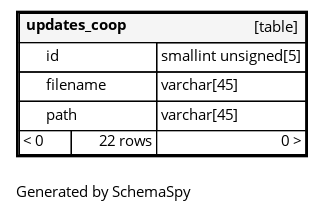
This is diagrams/tables/updates_coop.1degree.png from ta-forever/db, a Graphviz export, as it was before one commit. Its source is kept beside it as diagrams/tables/updates_coop.1degree.dot.
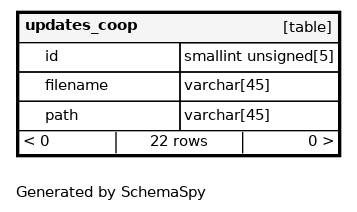
After the commit.

Change to the diagram source:
```diff
@@ -1,13 +1,13 @@
 digraph "oneDegreeRelationshipsDiagram" {
-  graph [    rankdir="RL"    bgcolor="#ffffff"    label="\nGenerated by SchemaSpy"    labeljust="l"    nodesep="0.18"    ranksep="0.46"    fontname="Helvetica"    fontsize="11"    ration="compress"  ];  node [    fontname="Helvetica"    fontsize="11"    shape="plaintext"  ];  edge [    arrowsize="0.8"  ];
+  graph [    rankdir="RL"    bgcolor="#ffffff"    label="\nGenerated by SchemaSpy"    labeljust="l"    nodesep="0.18"    ranksep="0.46"    fontname="Helvetica"    fontsize="11"    packmode="graph"  ];  node [    fontname="Helvetica"    fontsize="11"    shape="plaintext"  ];  edge [    arrowsize="0.8"  ];
   "updates_coop" [
    label=<
     <TABLE BORDER="2" CELLBORDER="1" CELLSPACING="0" BGCOLOR="#ffffff">
-      <TR><TD COLSPAN="4"  BGCOLOR="#f5f5f5"><TABLE BORDER="0" CELLSPACING="0"><TR><TD ALIGN="LEFT" FIXEDSIZE="TRUE" WIDTH="82" HEIGHT="16"><B>updates_coop</B></TD><TD ALIGN="RIGHT">[table]</TD></TR></TABLE></TD></TR>
-      <TR><TD PORT="id" COLSPAN="2" BGCOLOR="#ffffff" ALIGN="LEFT"><TABLE BORDER="0" CELLSPACING="0" ALIGN="LEFT"><TR ALIGN="LEFT"><TD ALIGN="LEFT" FIXEDSIZE="TRUE" WIDTH="15" HEIGHT="16"></TD><TD ALIGN="LEFT" FIXEDSIZE="TRUE" WIDTH="82" HEIGHT="16">id</TD></TR></TABLE></TD><TD PORT="id.type" ALIGN="LEFT">smallint unsigned[5]</TD></TR>
-      <TR><TD PORT="filename" COLSPAN="2" ALIGN="LEFT"><TABLE BORDER="0" CELLSPACING="0" ALIGN="LEFT"><TR ALIGN="LEFT"><TD ALIGN="LEFT" FIXEDSIZE="TRUE" WIDTH="15" HEIGHT="16"></TD><TD ALIGN="LEFT" FIXEDSIZE="TRUE" WIDTH="82" HEIGHT="16">filename</TD></TR></TABLE></TD><TD PORT="filename.type" ALIGN="LEFT">varchar[45]</TD></TR>
-      <TR><TD PORT="path" COLSPAN="2" ALIGN="LEFT"><TABLE BORDER="0" CELLSPACING="0" ALIGN="LEFT"><TR ALIGN="LEFT"><TD ALIGN="LEFT" FIXEDSIZE="TRUE" WIDTH="15" HEIGHT="16"></TD><TD ALIGN="LEFT" FIXEDSIZE="TRUE" WIDTH="82" HEIGHT="16">path</TD></TR></TABLE></TD><TD PORT="path.type" ALIGN="LEFT">varchar[45]</TD></TR>
-      <TR><TD ALIGN="LEFT" BGCOLOR="#ffffff">&lt; 0</TD><TD ALIGN="RIGHT" BGCOLOR="#ffffff">22 rows</TD><TD ALIGN="RIGHT" BGCOLOR="#ffffff">0 &gt;</TD></TR>
+      <TR><TD COLSPAN="4"  BGCOLOR="#f5f5f5"><TABLE BORDER="0" CELLSPACING="0"><TR><TD ALIGN="LEFT" FIXEDSIZE="TRUE" WIDTH="100" HEIGHT="16"><B>updates_coop</B></TD><TD ALIGN="RIGHT">[table]</TD></TR></TABLE></TD></TR>
+      <TR><TD PORT="id" COLSPAN="2" BGCOLOR="#ffffff" ALIGN="LEFT"><TABLE BORDER="0" CELLSPACING="0" ALIGN="LEFT"><TR ALIGN="LEFT"><TD ALIGN="LEFT" FIXEDSIZE="TRUE" WIDTH="15" HEIGHT="16"></TD><TD ALIGN="LEFT" FIXEDSIZE="TRUE" WIDTH="100" HEIGHT="16">id</TD></TR></TABLE></TD><TD PORT="id.type" ALIGN="LEFT">smallint unsigned[5]</TD></TR>
+      <TR><TD PORT="filename" COLSPAN="2" ALIGN="LEFT"><TABLE BORDER="0" CELLSPACING="0" ALIGN="LEFT"><TR ALIGN="LEFT"><TD ALIGN="LEFT" FIXEDSIZE="TRUE" WIDTH="15" HEIGHT="16"></TD><TD ALIGN="LEFT" FIXEDSIZE="TRUE" WIDTH="100" HEIGHT="16">filename</TD></TR></TABLE></TD><TD PORT="filename.type" ALIGN="LEFT">varchar[45]</TD></TR>
+      <TR><TD PORT="path" COLSPAN="2" ALIGN="LEFT"><TABLE BORDER="0" CELLSPACING="0" ALIGN="LEFT"><TR ALIGN="LEFT"><TD ALIGN="LEFT" FIXEDSIZE="TRUE" WIDTH="15" HEIGHT="16"></TD><TD ALIGN="LEFT" FIXEDSIZE="TRUE" WIDTH="100" HEIGHT="16">path</TD></TR></TABLE></TD><TD PORT="path.type" ALIGN="LEFT">varchar[45]</TD></TR>
+      <TR><TD ALIGN="LEFT" CELLPADDING="0" BGCOLOR="#ffffff" COLSPAN="4" ><TABLE BORDER="0" CELLBORDER="0" CELLSPACING="0"><TR><TD ALIGN="LEFT" BGCOLOR="#ffffff">&lt; 0</TD><VR/><TD ALIGN="CENTER" BGCOLOR="#ffffff">22 rows</TD><VR/><TD ALIGN="RIGHT" BGCOLOR="#ffffff">0 &gt;</TD></TR></TABLE></TD></TR>
     </TABLE>>
     URL="updates_coop.html"
     target="_top"
```
